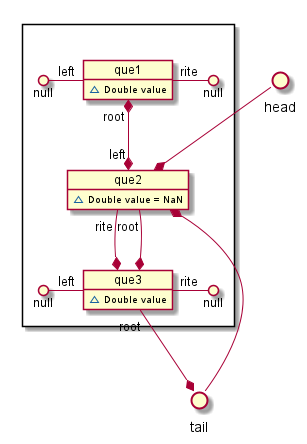
Earlier version of the PlantUML export src/docs/UML/reorderScheme/static/_06_queue.png (vitalispopoff/calculator).
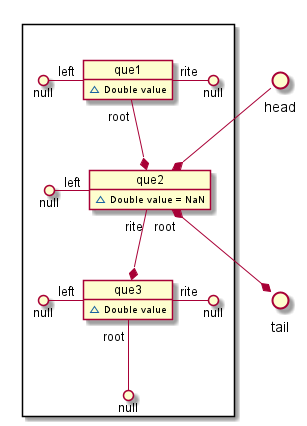
After the change.

The edit, as a diff of the source:
```diff
@@ -5,34 +5,28 @@
 
 package " " <<Rectangle>>{
 
-    head --*  que2
+         head --* que2
 
     object que1{
         ~ Double value
     }
-        null ()- "left" que1
+    null ()- "left" que1
         que1 "rite" -() null
-        que1 "root" *--* "left" que2
+        que1 "root" --* que2
 
     object que2{
         ~ Double value = NaN
     }
+        null ()- "left" que2
         que2 "rite" --* que3
-        que2 "root" --*  que3
-        que2 *-- tail
+        que2 "root" *--* tail
 
     object que3{
         ~ Double value
     }
         null ()- "left" que3
         que3 "rite" -() null
-        que3 "root" --* tail
-
-
-
-
+        que3 "root" --() null
 }
 
-
-
 @enduml
```
